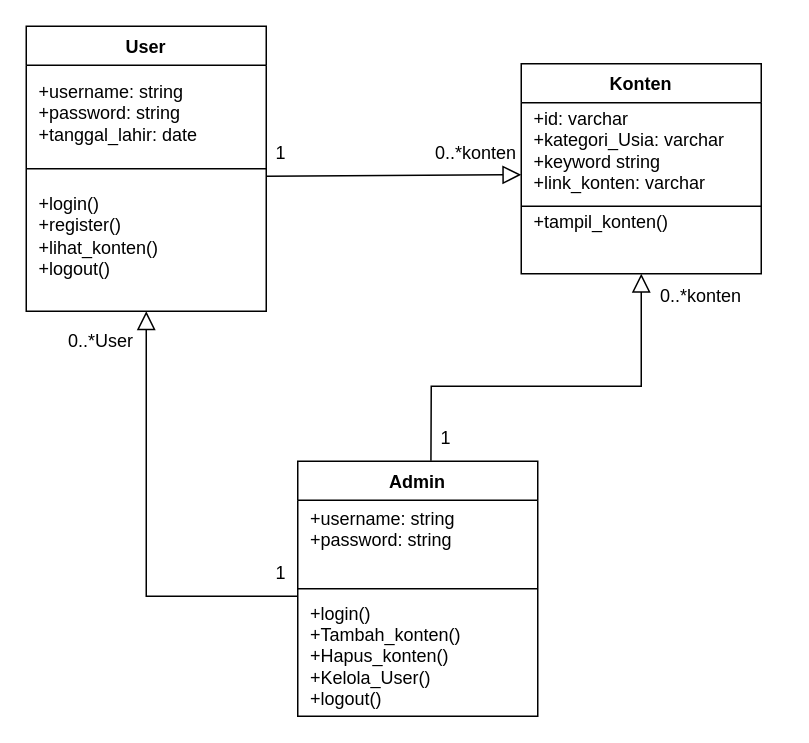
This is Class Diagram.drawio from abdraiin/Sistem-Rekomendasi-Konten, a draw.io file, before an edit. Source tidied: cells renumbered, new cells numbered last; positions are measured from the earlier drawing's top-left corner, leaving out a move shared by most shapes. Both pictures are drawn from the tidied source at 150%, with x=0, y=0 at pixel (26, 26).
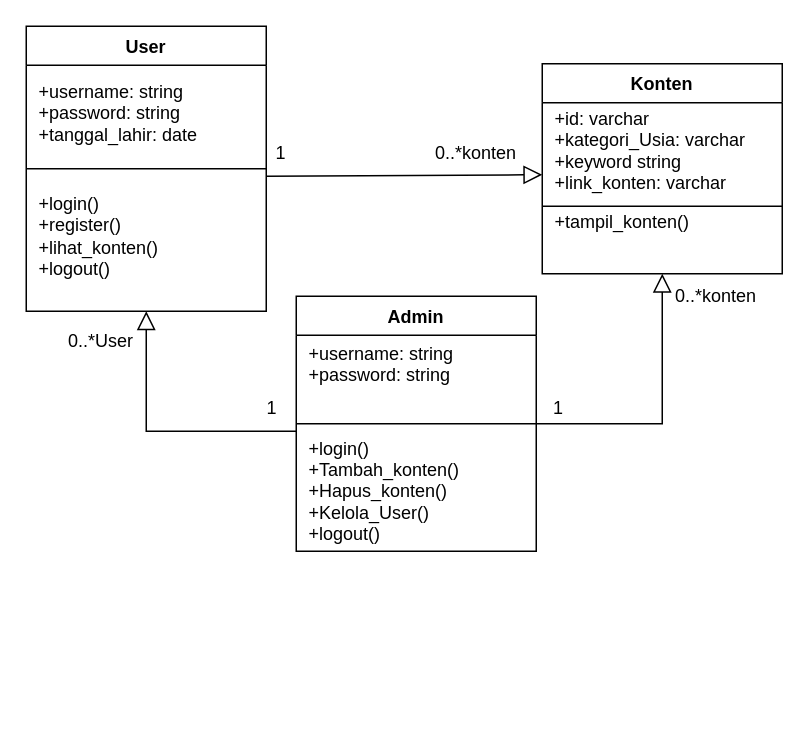
After the change.

The change refers to these unchanged cells:
```xml
<mxCell id="2" value="User" style="swimlane;fontStyle=1;align=center;verticalAlign=top;horizontal=1;startSize=26;rounded=0;shadow=0;strokeWidth=1;" parent="1" vertex="1">
  <mxGeometry width="160" height="190" as="geometry" />
</mxCell>
<mxCell id="9" value="&amp;nbsp; +tampil_konten()&lt;div&gt;&lt;br&gt;&lt;/div&gt;&lt;div&gt;&lt;br&gt;&lt;/div&gt;" style="text;html=1;whiteSpace=wrap;strokeColor=none;fillColor=none;align=left;verticalAlign=middle;rounded=0;" parent="6" vertex="1">
  <mxGeometry y="100" width="160" height="40" as="geometry" />
</mxCell>
<mxCell id="16" value="&amp;nbsp; +login()&lt;div&gt;&lt;span style=&quot;background-color: transparent; color: light-dark(rgb(0, 0, 0), rgb(255, 255, 255));&quot;&gt;&amp;nbsp; +Tambah_konten()&lt;/span&gt;&lt;/div&gt;&lt;div&gt;&amp;nbsp; +Hapus_konten()&lt;/div&gt;&lt;div&gt;&amp;nbsp; +Kelola_User()&lt;/div&gt;&lt;div&gt;&amp;nbsp; +logout()&lt;/div&gt;" style="text;html=1;whiteSpace=wrap;strokeColor=none;fillColor=none;align=left;verticalAlign=middle;rounded=0;" parent="13" vertex="1">
  <mxGeometry y="90" width="160" height="80" as="geometry" />
</mxCell>
```

The edit, as a diff of the source:
```diff
@@
     <mxCell id="6" value="Konten" style="swimlane;fontStyle=1;align=center;verticalAlign=top;horizontal=1;startSize=26;rounded=0;shadow=0;strokeWidth=1;" parent="1" vertex="1">
-      <mxGeometry x="330" y="25" width="160" height="140" as="geometry" />
+      <mxGeometry x="344" y="25" width="160" height="140" as="geometry" />
     </mxCell>
@@
     <mxCell id="13" value="Admin" style="swimlane;fontStyle=1;align=center;verticalAlign=top;horizontal=1;startSize=26;rounded=0;shadow=0;strokeWidth=1;" parent="1" vertex="1">
-      <mxGeometry x="181" y="290" width="160" height="170" as="geometry" />
+      <mxGeometry x="180" y="180" width="160" height="170" as="geometry" />
     </mxCell>
@@
-    <mxCell id="17" style="endArrow=block;endSize=10;endFill=0;shadow=0;strokeWidth=1;rounded=0;elbow=vertical;entryX=0.5;entryY=1;entryDx=0;entryDy=0;exitX=0.555;exitY=-0.002;exitDx=0;exitDy=0;exitPerimeter=0;" parent="1" edge="1" source="13" target="9">
+    <mxCell id="17" style="endArrow=block;endSize=10;endFill=0;shadow=0;strokeWidth=1;rounded=0;elbow=vertical;entryX=0.5;entryY=1;entryDx=0;entryDy=0;exitX=1;exitY=0.5;exitDx=0;exitDy=0;" parent="1" edge="1" source="13" target="9">
       <mxGeometry relative="1" as="geometry">
         <Array as="points">
-          <mxPoint x="270" y="240" />
-          <mxPoint x="410" y="240" />
+          <mxPoint x="424" y="265" />
         </Array>
       </mxGeometry>
     </mxCell>
     <mxCell id="18" value="1" style="text;html=1;whiteSpace=wrap;strokeColor=none;fillColor=none;align=center;verticalAlign=middle;rounded=0;" parent="1" vertex="1">
-      <mxGeometry x="250" y="260" width="60" height="30" as="geometry" />
+      <mxGeometry x="325" y="240" width="60" height="30" as="geometry" />
     </mxCell>
     <mxCell id="19" value="0..*konten" style="text;html=1;whiteSpace=wrap;strokeColor=none;fillColor=none;align=center;verticalAlign=middle;rounded=0;" parent="1" vertex="1">
-      <mxGeometry x="420" y="165" width="60" height="30" as="geometry" />
+      <mxGeometry x="430" y="165" width="60" height="30" as="geometry" />
     </mxCell>
     <mxCell id="20" style="endArrow=block;endSize=10;endFill=0;shadow=0;strokeWidth=1;rounded=0;elbow=vertical;entryX=0.5;entryY=1;entryDx=0;entryDy=0;exitX=0;exitY=0;exitDx=0;exitDy=0;" parent="1" edge="1" source="16" target="2">
       <mxGeometry relative="1" as="geometry">
         <Array as="points">
-          <mxPoint x="80" y="380" />
+          <mxPoint x="80" y="270" />
         </Array>
       </mxGeometry>
     </mxCell>
     <mxCell id="21" value="1" style="text;html=1;whiteSpace=wrap;strokeColor=none;fillColor=none;align=center;verticalAlign=middle;rounded=0;" parent="1" vertex="1">
-      <mxGeometry x="140" y="350" width="60" height="30" as="geometry" />
+      <mxGeometry x="134" y="240" width="60" height="30" as="geometry" />
     </mxCell>
```
